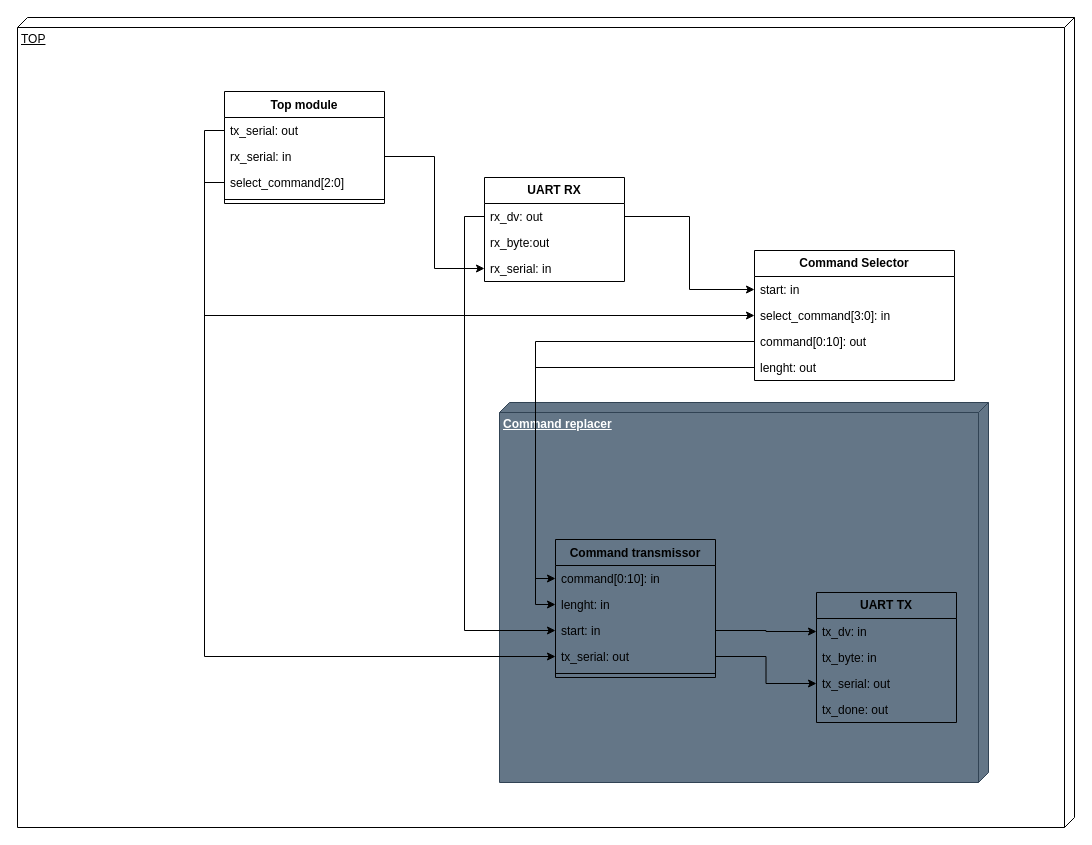
Earlier version of the draw.io diagram MITMComponentsDiagram.drawio (AlmuHS/AX12A_FPGA_Controller). Source tidied: cells renumbered, new cells numbered last; positions are measured from the earlier drawing's top-left corner, leaving out a move shared by most shapes. Both pictures are drawn from the tidied source at 100%, with x=0, y=0 at pixel (17, 17).
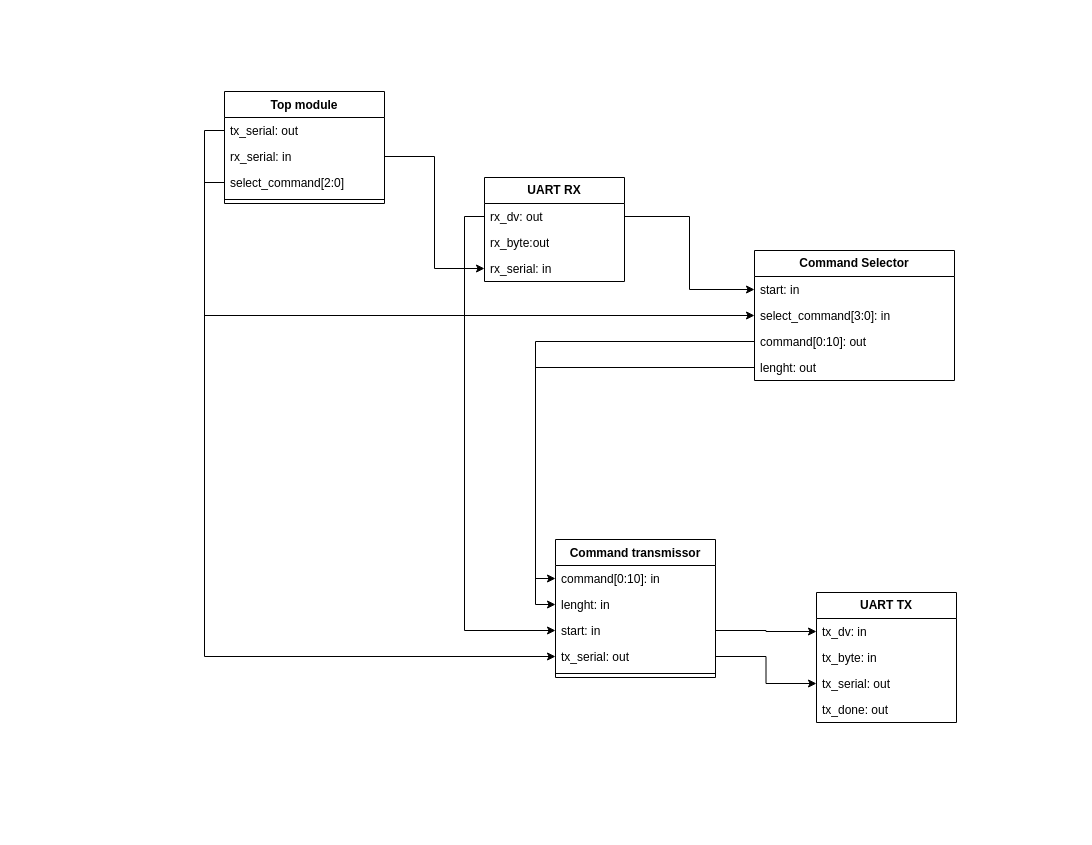
After the change.

What changed in the source:
```diff
@@
-<mxGraphModel background="#ffffff">
+<mxGraphModel>
@@
-    <mxCell id="2" value="TOP" style="verticalAlign=top;align=left;spacingTop=8;spacingLeft=2;spacingRight=12;shape=cube;size=10;direction=south;fontStyle=4;html=1;whiteSpace=wrap;labelBackgroundColor=none;" parent="1" vertex="1">
-      <mxGeometry width="1057" height="810" as="geometry" />
-    </mxCell>
-    <mxCell id="3" value="&lt;b&gt;Command replacer&lt;/b&gt;" style="verticalAlign=top;align=left;spacingTop=8;spacingLeft=2;spacingRight=12;shape=cube;size=10;direction=south;fontStyle=4;html=1;whiteSpace=wrap;fillColor=#647687;fontColor=#ffffff;strokeColor=#314354;" parent="1" vertex="1">
-      <mxGeometry x="482" y="385" width="489" height="380" as="geometry" />
-    </mxCell>
```
